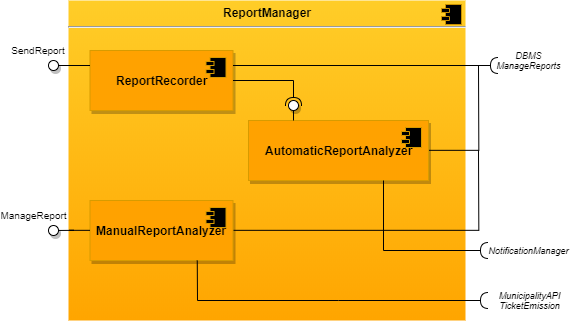
Earlier version of the draw.io export DD/img/ReportManager.png (SimoneSartoni/SoftwareEngineering2). Source tidied: cells renumbered, new cells last; positions are measured from the earlier drawing's top-left corner, leaving out a move shared by most shapes. Its diagram source:
```xml
<mxGraphModel>
  <root>
    <mxCell id="0" />
    <mxCell id="1" parent="0" />
    <mxCell id="2" value="&lt;p style=&quot;margin: 0px ; margin-top: 6px ; text-align: center&quot;&gt;&lt;b&gt;ReportManager&lt;/b&gt;&lt;/p&gt;&lt;hr&gt;&lt;p style=&quot;margin: 0px ; margin-left: 8px&quot;&gt;&lt;br&gt;&lt;/p&gt;" style="align=left;overflow=fill;html=1;gradientColor=#ffa500;fillColor=#FFCD28;strokeColor=none;shadow=0;" parent="1" vertex="1">
      <mxGeometry x="55" width="397" height="320" as="geometry" />
    </mxCell>
    <mxCell id="3" style="shape=component;jettyWidth=8;jettyHeight=4;gradientColor=none;fillColor=#000000;strokeColor=#C99100;gradientDirection=north;" parent="2" vertex="1">
      <mxGeometry x="1" width="20" height="20" relative="1" as="geometry">
        <mxPoint x="-24" y="4" as="offset" />
      </mxGeometry>
    </mxCell>
    <mxCell id="4" value="&lt;b&gt;ReportRecorder&lt;/b&gt;" style="html=1;rounded=0;shadow=1;glass=0;comic=0;strokeColor=#d79b00;fillColor=#FFA200;gradientColor=none;" parent="2" vertex="1">
      <mxGeometry x="21.5" y="50" width="143" height="60" as="geometry" />
    </mxCell>
    <mxCell id="5" style="shape=component;jettyWidth=8;jettyHeight=4;gradientColor=none;fillColor=#000000;strokeColor=#d79b00;" parent="4" vertex="1">
      <mxGeometry x="1" width="20" height="20" relative="1" as="geometry">
        <mxPoint x="-27" y="7" as="offset" />
      </mxGeometry>
    </mxCell>
    <mxCell id="6" style="rounded=0;jettySize=auto;html=1;endArrow=halfCircle;endFill=0;endSize=6;strokeWidth=1;exitX=1;exitY=0.25;exitDx=0;exitDy=0;" parent="2" edge="1" source="4">
      <mxGeometry relative="1" as="geometry">
        <mxPoint x="430" y="65" as="targetPoint" />
      </mxGeometry>
    </mxCell>
    <mxCell id="7" style="rounded=0;jettySize=auto;html=1;endArrow=halfCircle;endFill=0;entryX=0.5;entryY=0.5;entryDx=0;entryDy=0;endSize=6;strokeWidth=1;fontSize=10;exitX=1;exitY=0.5;exitDx=0;exitDy=0;" parent="2" edge="1" source="4" target="8">
      <mxGeometry relative="1" as="geometry">
        <Array as="points">
          <mxPoint x="225" y="80" />
        </Array>
      </mxGeometry>
    </mxCell>
    <mxCell id="8" style="ellipse;whiteSpace=wrap;html=1;fontFamily=Helvetica;fontSize=12;fontColor=#000000;align=center;strokeColor=#000000;fillColor=#ffffff;points=[];rounded=0;shadow=1;glass=0;comic=0;" parent="2" vertex="1">
      <mxGeometry x="220" y="100" width="10" height="10" as="geometry" />
    </mxCell>
    <mxCell id="9" style="edgeStyle=orthogonalEdgeStyle;rounded=0;jettySize=auto;html=1;exitX=1;exitY=0.5;exitDx=0;exitDy=0;fontSize=9;endArrow=none;endFill=0;" parent="1" edge="1" source="10">
      <mxGeometry relative="1" as="geometry">
        <mxPoint x="465" y="65" as="targetPoint" />
      </mxGeometry>
    </mxCell>
    <mxCell id="10" value="&lt;b&gt;AutomaticReportAnalyzer&lt;/b&gt;" style="html=1;rounded=0;shadow=1;glass=0;comic=0;strokeColor=#d79b00;fillColor=#FFA200;gradientColor=none;" parent="1" vertex="1">
      <mxGeometry x="235" y="120" width="180" height="60" as="geometry" />
    </mxCell>
    <mxCell id="11" style="shape=component;jettyWidth=8;jettyHeight=4;gradientColor=none;fillColor=#000000;strokeColor=#d79b00;" parent="10" vertex="1">
      <mxGeometry x="1" width="20" height="20" relative="1" as="geometry">
        <mxPoint x="-27" y="7" as="offset" />
      </mxGeometry>
    </mxCell>
    <mxCell id="12" style="edgeStyle=orthogonalEdgeStyle;rounded=0;jettySize=auto;html=1;exitX=1;exitY=0.5;exitDx=0;exitDy=0;endArrow=none;endFill=0;fontSize=10;" parent="1" edge="1" source="13">
      <mxGeometry relative="1" as="geometry">
        <mxPoint x="465" y="150" as="targetPoint" />
      </mxGeometry>
    </mxCell>
    <mxCell id="13" value="&lt;b&gt;ManualReportAnalyzer&lt;/b&gt;" style="html=1;rounded=0;shadow=1;glass=0;comic=0;strokeColor=#d79b00;fillColor=#FFA200;gradientColor=none;" parent="1" vertex="1">
      <mxGeometry x="76.5" y="200" width="143" height="60" as="geometry" />
    </mxCell>
    <mxCell id="14" style="shape=component;jettyWidth=8;jettyHeight=4;gradientColor=none;fillColor=#000000;strokeColor=#d79b00;" parent="13" vertex="1">
      <mxGeometry x="1" width="20" height="20" relative="1" as="geometry">
        <mxPoint x="-27" y="7" as="offset" />
      </mxGeometry>
    </mxCell>
    <mxCell id="15" style="rounded=0;jettySize=auto;html=1;endArrow=none;endFill=0;exitX=0;exitY=0.25;exitDx=0;exitDy=0;" parent="1" edge="1" source="4" target="16">
      <mxGeometry relative="1" as="geometry" />
    </mxCell>
    <mxCell id="16" style="ellipse;whiteSpace=wrap;html=1;fontFamily=Helvetica;fontSize=12;fontColor=#000000;align=center;strokeColor=#000000;fillColor=#ffffff;points=[];rounded=0;shadow=1;glass=0;comic=0;" parent="1" vertex="1">
      <mxGeometry x="35" y="60" width="10" height="10" as="geometry" />
    </mxCell>
    <mxCell id="17" value="DBMS ManageReports" style="text;html=1;strokeColor=none;fillColor=none;align=center;verticalAlign=middle;whiteSpace=wrap;rounded=0;shadow=1;glass=0;comic=0;fontStyle=2;fontSize=9;" parent="1" vertex="1">
      <mxGeometry x="485" y="50" width="60" height="20" as="geometry" />
    </mxCell>
    <mxCell id="18" value="SendReport" style="text;html=1;strokeColor=none;fillColor=none;align=center;verticalAlign=middle;whiteSpace=wrap;rounded=0;shadow=1;glass=0;comic=0;fontSize=10;" parent="1" vertex="1">
      <mxGeometry x="5" y="40" width="40" height="20" as="geometry" />
    </mxCell>
    <mxCell id="19" style="edgeStyle=orthogonalEdgeStyle;rounded=0;jettySize=auto;html=1;endArrow=none;endFill=0;fontSize=10;" parent="1" edge="1" target="13">
      <mxGeometry relative="1" as="geometry">
        <mxPoint x="40" y="230" as="sourcePoint" />
      </mxGeometry>
    </mxCell>
    <mxCell id="20" style="ellipse;whiteSpace=wrap;html=1;fontFamily=Helvetica;fontSize=12;fontColor=#000000;align=center;strokeColor=#000000;fillColor=#ffffff;rounded=0;shadow=1;glass=0;comic=0;" parent="1" vertex="1">
      <mxGeometry x="35" y="225" width="10" height="10" as="geometry" />
    </mxCell>
    <mxCell id="21" value="ManageReport" style="text;html=1;strokeColor=none;fillColor=none;align=center;verticalAlign=middle;whiteSpace=wrap;rounded=0;shadow=1;glass=0;comic=0;fontSize=10;" parent="1" vertex="1">
      <mxGeometry y="205" width="40" height="20" as="geometry" />
    </mxCell>
    <mxCell id="22" style="rounded=0;jettySize=auto;html=1;endArrow=none;endFill=0;fontSize=10;exitX=0.25;exitY=0;exitDx=0;exitDy=0;" parent="1" edge="1" source="10" target="8">
      <mxGeometry relative="1" as="geometry" />
    </mxCell>
    <mxCell id="23" style="rounded=0;orthogonalLoop=1;jettySize=auto;html=1;endArrow=halfCircle;endFill=0;endSize=6;strokeWidth=1;" parent="1" edge="1">
      <mxGeometry relative="1" as="geometry">
        <mxPoint x="370" y="180" as="sourcePoint" />
        <mxPoint x="475" y="250" as="targetPoint" />
        <Array as="points">
          <mxPoint x="370" y="250" />
        </Array>
      </mxGeometry>
    </mxCell>
    <mxCell id="24" value="NotificationManager" style="text;html=1;strokeColor=none;fillColor=none;align=center;verticalAlign=middle;whiteSpace=wrap;rounded=0;shadow=1;glass=0;comic=0;fontStyle=2;fontSize=9;" parent="1" vertex="1">
      <mxGeometry x="485" y="240" width="60" height="20" as="geometry" />
    </mxCell>
    <mxCell id="25" style="rounded=0;jettySize=auto;html=1;endArrow=halfCircle;endFill=0;endSize=6;strokeWidth=1;exitX=0.75;exitY=1;exitDx=0;exitDy=0;" parent="1" edge="1" source="13">
      <mxGeometry relative="1" as="geometry">
        <mxPoint x="475" y="300" as="targetPoint" />
        <Array as="points">
          <mxPoint x="184" y="300" />
          <mxPoint x="325" y="300" />
        </Array>
      </mxGeometry>
    </mxCell>
    <mxCell id="26" value="MunicipalityAPI&lt;br&gt;TicketEmission" style="text;html=1;strokeColor=none;fillColor=none;align=center;verticalAlign=middle;whiteSpace=wrap;rounded=0;shadow=1;glass=0;comic=0;fontStyle=2;fontSize=9;" parent="1" vertex="1">
      <mxGeometry x="485" y="290" width="60" height="20" as="geometry" />
    </mxCell>
  </root>
</mxGraphModel>
```
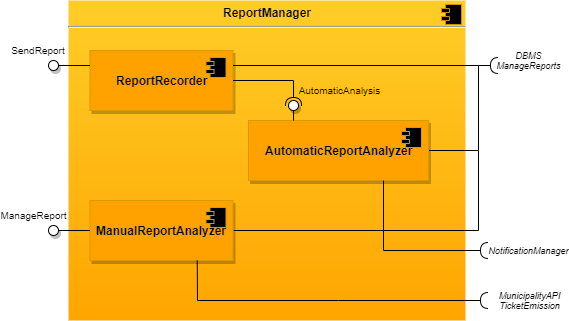
Above is the later version.

Diff of the diagram source:
```diff
@@ -33,6 +33,9 @@
     <mxCell id="8" style="ellipse;whiteSpace=wrap;html=1;fontFamily=Helvetica;fontSize=12;fontColor=#000000;align=center;strokeColor=#000000;fillColor=#ffffff;points=[];rounded=0;shadow=1;glass=0;comic=0;" parent="2" vertex="1">
       <mxGeometry x="220" y="100" width="10" height="10" as="geometry" />
     </mxCell>
+    <mxCell id="27" value="AutomaticAnalysis" style="text;html=1;strokeColor=none;fillColor=none;align=center;verticalAlign=middle;whiteSpace=wrap;rounded=0;shadow=1;glass=0;comic=0;fontSize=10;" parent="2" vertex="1">
+      <mxGeometry x="250" y="80" width="40" height="20" as="geometry" />
+    </mxCell>
     <mxCell id="9" style="edgeStyle=orthogonalEdgeStyle;rounded=0;jettySize=auto;html=1;exitX=1;exitY=0.5;exitDx=0;exitDy=0;fontSize=9;endArrow=none;endFill=0;" parent="1" edge="1" source="10">
       <mxGeometry relative="1" as="geometry">
         <mxPoint x="465" y="65" as="targetPoint" />
```
